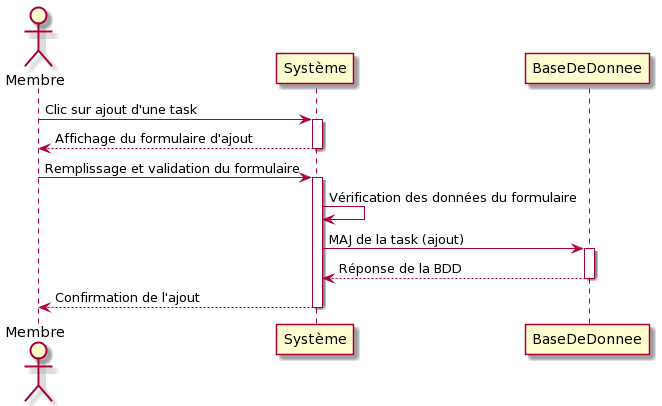
Earlier version of the PlantUML export diagrammes/diagramme_sequence_ajout_task.png (Maxime22/projet8-TodoList).
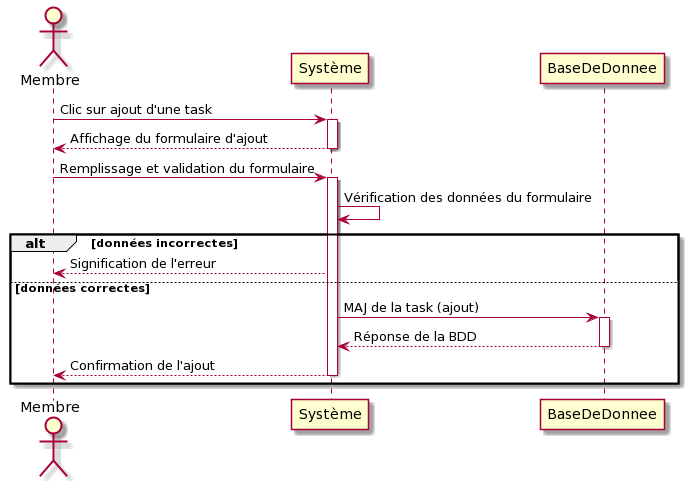
Later version of the same file.

Diff of the diagram source:
```diff
@@ -7,10 +7,14 @@
 Membre -> Système: Remplissage et validation du formulaire
 activate Système
 Système -> Système: Vérification des données du formulaire
+alt données incorrectes
+Membre <-- Système: Signification de l'erreur
+else données correctes
 Système -> BaseDeDonnee: MAJ de la task (ajout)
 activate BaseDeDonnee
 BaseDeDonnee --> Système: Réponse de la BDD
 deactivate BaseDeDonnee
 Membre <-- Système: Confirmation de l'ajout
 deactivate Système
+end
 @enduml
```
